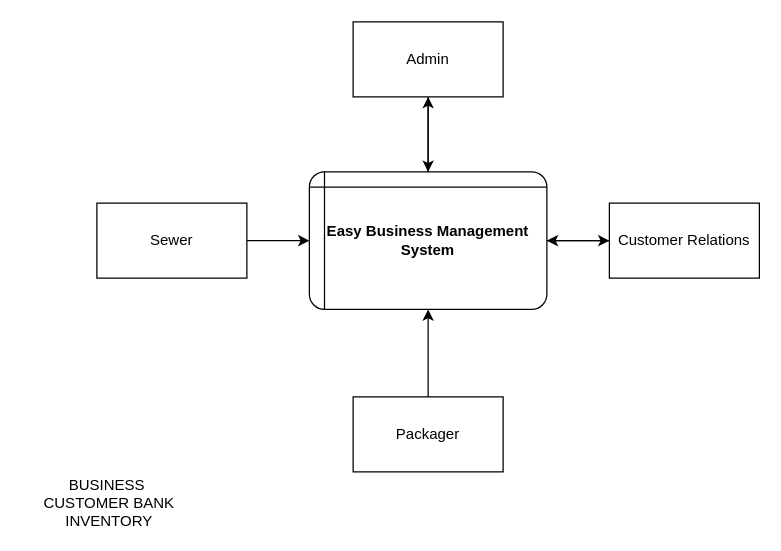
Before: page "Level 0 DFD" (1 of 10) of DFD DIAGRAMS.drawio in BryanFabellore/Team_SPOTLIGHT, a draw.io diagram. Source tidied: cells renumbered, new cells numbered last; positions are measured from the earlier drawing's top-left corner, leaving out a move shared by most shapes. Both pictures are drawn from the tidied source at 125%, with x=0, y=0 at pixel (21, 21).
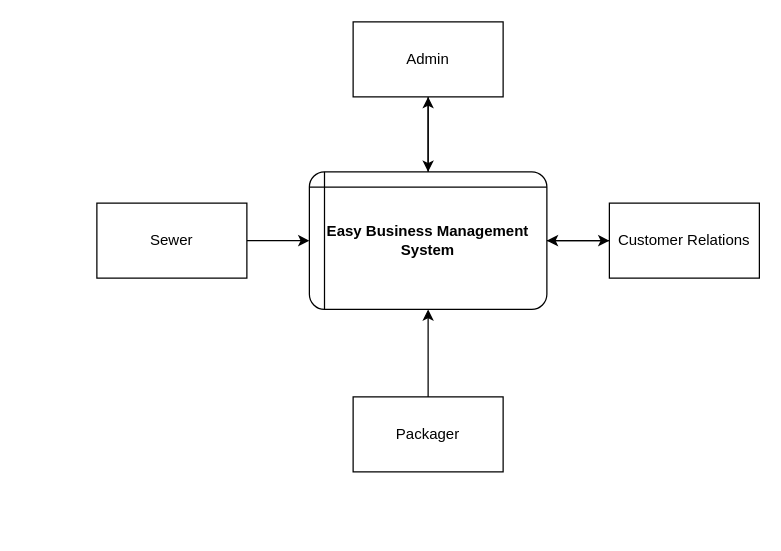
The same diagram, later.

What changed in the source:
```diff
@@
 <mxGraphModel>
   <root>
     <mxCell id="0" />
     <mxCell id="1" parent="0" />
     <mxCell id="2" style="edgeStyle=orthogonalEdgeStyle;rounded=1;jettySize=auto;html=1;entryX=0;entryY=0.5;entryDx=0;entryDy=0;fontFamily=Helvetica;fontSize=12;fontColor=default;" parent="1" edge="1" source="4" target="10">
       <mxGeometry relative="1" as="geometry" />
     </mxCell>
     <mxCell id="3" style="edgeStyle=orthogonalEdgeStyle;rounded=1;jettySize=auto;html=1;fontFamily=Helvetica;fontSize=12;fontColor=default;" parent="1" edge="1" source="4" target="6">
       <mxGeometry relative="1" as="geometry" />
     </mxCell>
     <mxCell id="4" value="&lt;b&gt;Easy Business Management System&lt;/b&gt;" style="shape=internalStorage;whiteSpace=wrap;html=1;backgroundOutline=1;rounded=1;dx=10;dy=10;arcSize=11;" parent="1" vertex="1">
       <mxGeometry x="230" y="120" width="190" height="110" as="geometry" />
     </mxCell>
     <mxCell id="5" style="edgeStyle=orthogonalEdgeStyle;rounded=1;jettySize=auto;html=1;fontFamily=Helvetica;fontSize=12;fontColor=default;" parent="1" edge="1" source="6" target="4">
       <mxGeometry relative="1" as="geometry" />
     </mxCell>
     <mxCell id="6" value="Admin" style="rounded=0;whiteSpace=wrap;html=1;strokeColor=default;fontFamily=Helvetica;fontSize=12;fontColor=default;fillColor=#FFFFFF;" parent="1" vertex="1">
       <mxGeometry x="265" width="120" height="60" as="geometry" />
     </mxCell>
     <mxCell id="7" style="edgeStyle=orthogonalEdgeStyle;rounded=1;jettySize=auto;html=1;entryX=0;entryY=0.5;entryDx=0;entryDy=0;fontFamily=Helvetica;fontSize=12;fontColor=default;" parent="1" edge="1" source="8" target="4">
       <mxGeometry relative="1" as="geometry" />
     </mxCell>
     <mxCell id="8" value="Sewer" style="rounded=0;whiteSpace=wrap;html=1;strokeColor=default;fontFamily=Helvetica;fontSize=12;fontColor=default;fillColor=#FFFFFF;" parent="1" vertex="1">
       <mxGeometry x="60" y="145" width="120" height="60" as="geometry" />
     </mxCell>
     <mxCell id="9" style="edgeStyle=orthogonalEdgeStyle;rounded=1;jettySize=auto;html=1;entryX=1;entryY=0.5;entryDx=0;entryDy=0;fontFamily=Helvetica;fontSize=12;fontColor=default;" parent="1" edge="1" source="10" target="4">
       <mxGeometry relative="1" as="geometry" />
     </mxCell>
     <mxCell id="10" value="Customer Relations" style="rounded=0;whiteSpace=wrap;html=1;strokeColor=default;fontFamily=Helvetica;fontSize=12;fontColor=default;fillColor=#FFFFFF;" parent="1" vertex="1">
       <mxGeometry x="470" y="145" width="120" height="60" as="geometry" />
     </mxCell>
     <mxCell id="11" style="edgeStyle=orthogonalEdgeStyle;rounded=1;jettySize=auto;html=1;entryX=0.5;entryY=1;entryDx=0;entryDy=0;fontFamily=Helvetica;fontSize=12;fontColor=default;" parent="1" edge="1" source="12" target="4">
       <mxGeometry relative="1" as="geometry" />
     </mxCell>
     <mxCell id="12" value="Packager" style="rounded=0;whiteSpace=wrap;html=1;strokeColor=default;fontFamily=Helvetica;fontSize=12;fontColor=default;fillColor=#FFFFFF;" parent="1" vertex="1">
       <mxGeometry x="265" y="300" width="120" height="60" as="geometry" />
     </mxCell>
-    <mxCell id="13" value="BUSINESS&amp;nbsp;&lt;br&gt;CUSTOMER BANK&lt;br&gt;INVENTORY" style="text;html=1;strokeColor=none;fillColor=none;align=center;verticalAlign=middle;whiteSpace=wrap;rounded=0;" parent="1" vertex="1">
-      <mxGeometry y="370" width="140" height="30" as="geometry" />
-    </mxCell>
   </root>
 </mxGraphModel>
```
